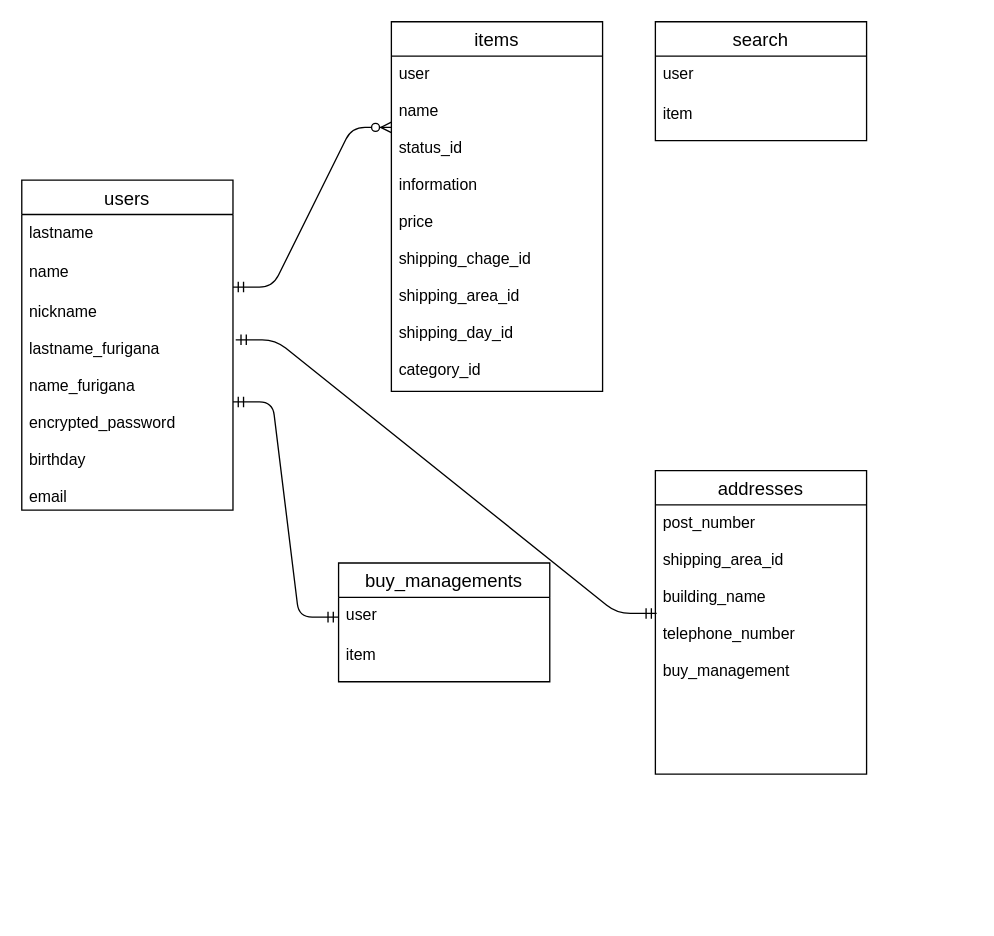
Above: test.dio in Hiroyuki0083/furima-32367 (draw.io), before the change. Source tidied: cells renumbered, new cells numbered last; positions are measured from the earlier drawing's top-left corner, leaving out a move shared by most shapes. Both pictures are drawn from the tidied source at 132%, with x=0, y=0 at pixel (21, 21).
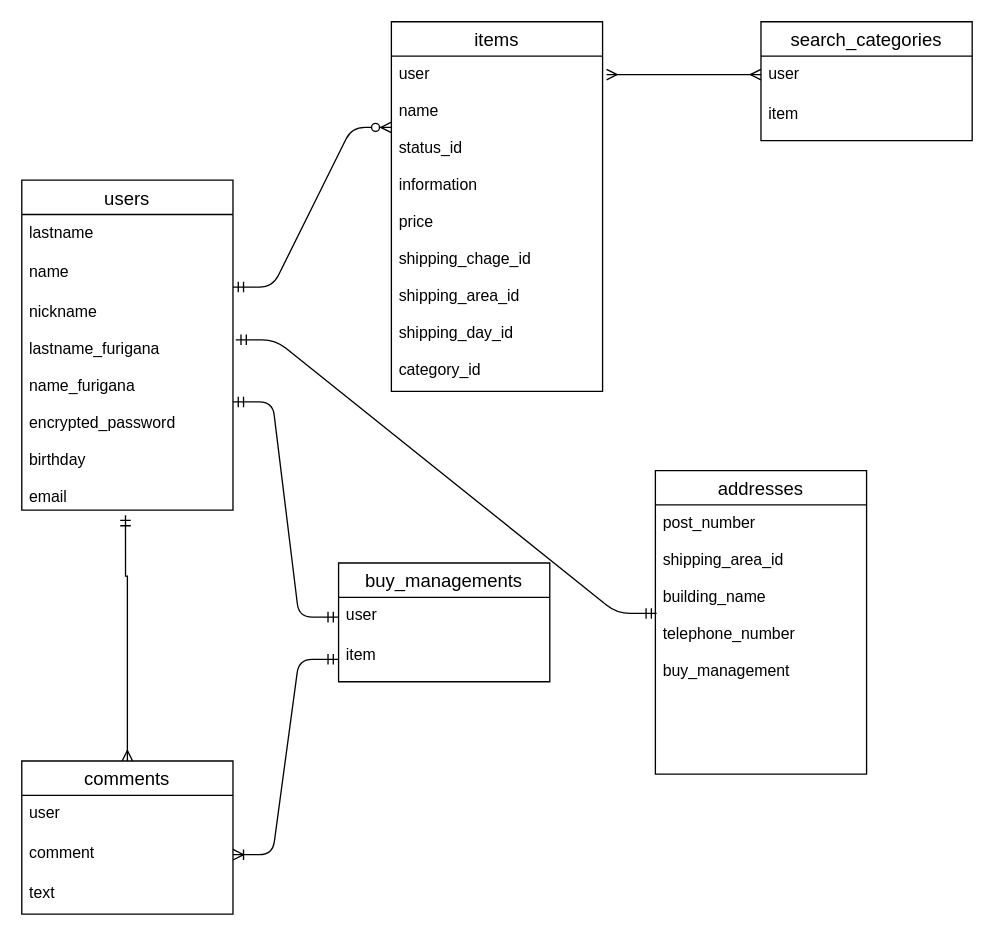
The same page after the edit.

The change refers to these unchanged cells:
```xml
<mxCell id="5" value="nickname&#10;&#10;lastname_furigana&#10;&#10;name_furigana&#10;&#10;encrypted_password&#10;&#10;birthday&#10;&#10;email" style="text;strokeColor=none;fillColor=none;spacingLeft=4;spacingRight=4;overflow=hidden;points=[[0,0.5],[1,0.5]];portConstraint=eastwest;fontSize=12;" parent="2" vertex="1">
  <mxGeometry y="86" width="160" height="164" as="geometry" />
</mxCell>
<mxCell id="8" value="item" style="text;strokeColor=none;fillColor=none;spacingLeft=4;spacingRight=4;overflow=hidden;points=[[0,0.5],[1,0.5]];portConstraint=eastwest;fontSize=12;" parent="6" vertex="1">
  <mxGeometry y="56" width="160" height="34" as="geometry" />
</mxCell>
```

What changed in the source:
```diff
@@
-    <mxCell id="16" value="search" style="swimlane;fontStyle=0;horizontal=1;startSize=26;align=center;fontSize=14;" parent="1" vertex="1">
-      <mxGeometry x="480" width="160" height="90" as="geometry" />
+    <mxCell id="16" value="search_categories" style="swimlane;fontStyle=0;horizontal=1;startSize=26;align=center;fontSize=14;" parent="1" vertex="1">
+      <mxGeometry x="560" width="160" height="90" as="geometry" />
     </mxCell>
@@
+    <mxCell id="19" style="edgeStyle=entityRelationEdgeStyle;fontSize=12;html=1;endArrow=ERmany;startArrow=ERmany;" parent="1" edge="1">
+      <mxGeometry relative="1" as="geometry">
+        <mxPoint x="443" y="40" as="sourcePoint" />
+        <mxPoint x="560" y="40" as="targetPoint" />
+      </mxGeometry>
+    </mxCell>
+    <mxCell id="20" value="comments" style="swimlane;fontStyle=0;horizontal=1;startSize=26;align=center;fontSize=14;" parent="1" vertex="1">
+      <mxGeometry y="560" width="160" height="116" as="geometry" />
+    </mxCell>
+    <mxCell id="21" value="user" style="text;strokeColor=none;fillColor=none;spacingLeft=4;spacingRight=4;overflow=hidden;fontSize=12;" parent="20" vertex="1">
+      <mxGeometry y="26" width="160" height="30" as="geometry" />
+    </mxCell>
+    <mxCell id="22" value="comment" style="text;strokeColor=none;fillColor=none;spacingLeft=4;spacingRight=4;overflow=hidden;points=[[0,0.5],[1,0.5]];portConstraint=eastwest;fontSize=12;" parent="20" vertex="1">
+      <mxGeometry y="56" width="160" height="30" as="geometry" />
+    </mxCell>
+    <mxCell id="23" value="text" style="text;strokeColor=none;fillColor=none;spacingLeft=4;spacingRight=4;overflow=hidden;fontSize=12;" parent="20" vertex="1">
+      <mxGeometry y="86" width="160" height="30" as="geometry" />
+    </mxCell>
+    <mxCell id="24" style="edgeStyle=orthogonalEdgeStyle;rounded=0;jettySize=auto;html=1;entryX=0.5;entryY=0;entryDx=0;entryDy=0;exitX=0.491;exitY=1.023;exitDx=0;exitDy=0;exitPerimeter=0;endArrow=ERmany;endFill=0;startArrow=ERmandOne;startFill=0;" parent="1" edge="1" source="5" target="20">
+      <mxGeometry relative="1" as="geometry">
+        <Array as="points">
+          <mxPoint x="79" y="420" />
+          <mxPoint x="80" y="420" />
+        </Array>
+      </mxGeometry>
+    </mxCell>
+    <mxCell id="25" style="edgeStyle=entityRelationEdgeStyle;fontSize=12;html=1;endArrow=ERoneToMany;startArrow=ERmandOne;exitX=0;exitY=0.5;exitDx=0;exitDy=0;" parent="1" edge="1" source="8" target="22">
+      <mxGeometry relative="1" as="geometry" />
+    </mxCell>
```
